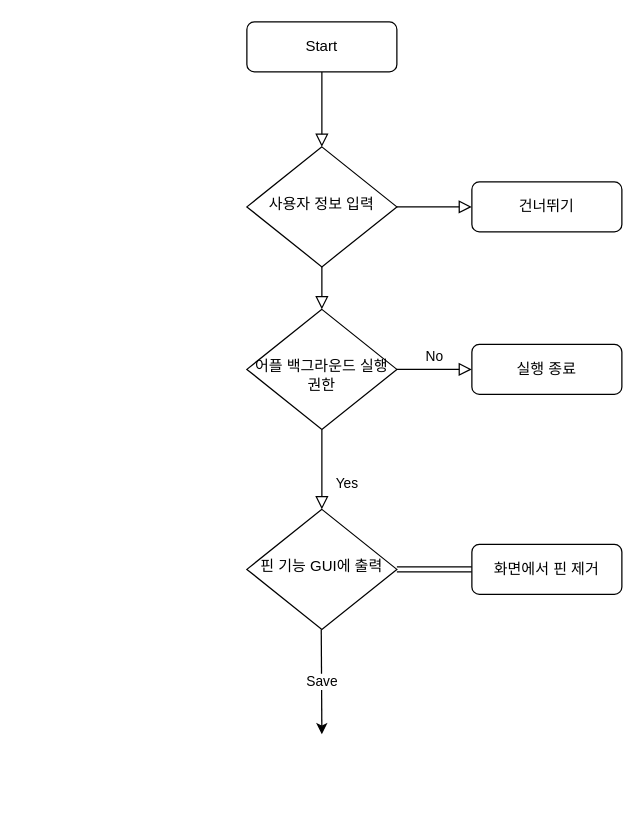
rego7624/Ned_Portfolio_as_a_Data_Scientist keeps this draw.io diagram as User Flow (bookmarking service).drawio. Above is the earlier version. Source tidied: cells renumbered, new cells numbered last; positions are measured from the earlier drawing's top-left corner, leaving out a move shared by most shapes. Both pictures are drawn from the tidied source at 125%, with x=0, y=0 at pixel (246, 21).
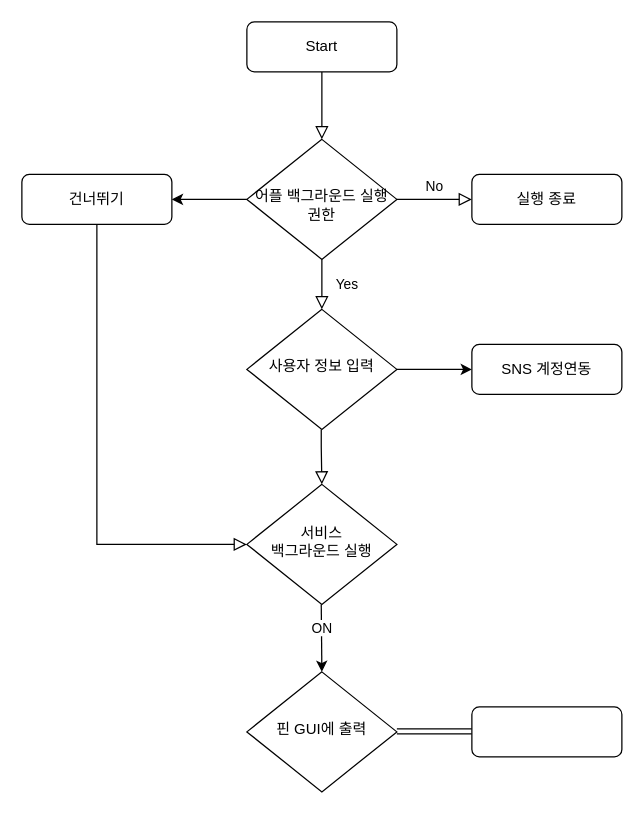
After the change.

Unchanged cells that the change refers to:
```xml
<mxCell id="3" value="Start" style="rounded=1;whiteSpace=wrap;html=1;fontSize=12;glass=0;strokeWidth=1;shadow=0;" parent="1" vertex="1">
  <mxGeometry width="120" height="40" as="geometry" />
</mxCell>
```

Diff of the diagram source:
```diff
@@
-    <mxCell id="2" style="rounded=0;html=1;jettySize=auto;fontSize=11;endArrow=block;endFill=0;endSize=8;strokeWidth=1;shadow=0;labelBackgroundColor=none;edgeStyle=orthogonalEdgeStyle;" parent="1" edge="1" source="3" target="6">
+    <mxCell id="2" style="rounded=0;html=1;jettySize=auto;fontSize=11;endArrow=block;endFill=0;endSize=8;strokeWidth=1;shadow=0;labelBackgroundColor=none;edgeStyle=orthogonalEdgeStyle;entryX=0.5;entryY=0;entryDx=0;entryDy=0;" parent="1" edge="1" source="3" target="10">
       <mxGeometry relative="1" as="geometry" />
     </mxCell>
@@
-    <mxCell id="4" style="rounded=0;html=1;jettySize=auto;fontSize=11;endArrow=block;endFill=0;endSize=8;strokeWidth=1;shadow=0;labelBackgroundColor=none;edgeStyle=orthogonalEdgeStyle;" parent="1" edge="1" source="6" target="10">
-      <mxGeometry y="20" relative="1" as="geometry" />
-    </mxCell>
-    <mxCell id="5" style="edgeStyle=orthogonalEdgeStyle;rounded=0;html=1;jettySize=auto;fontSize=11;endArrow=block;endFill=0;endSize=8;strokeWidth=1;shadow=0;labelBackgroundColor=none;" parent="1" edge="1" source="6" target="7">
-      <mxGeometry y="10" relative="1" as="geometry" />
-    </mxCell>
+    <mxCell id="17" style="edgeStyle=orthogonalEdgeStyle;rounded=0;jettySize=auto;html=1;" parent="1" edge="1" source="6" target="21">
+      <mxGeometry relative="1" as="geometry" />
+    </mxCell>
     <mxCell id="6" value="사용자 정보 입력" style="rhombus;whiteSpace=wrap;html=1;shadow=0;fontFamily=Helvetica;fontSize=12;align=center;strokeWidth=1;spacing=6;spacingTop=-4;" parent="1" vertex="1">
-      <mxGeometry y="100" width="120" height="96" as="geometry" />
+      <mxGeometry y="230" width="120" height="96" as="geometry" />
     </mxCell>
     <mxCell id="7" value="건너뛰기" style="rounded=1;whiteSpace=wrap;html=1;fontSize=12;glass=0;strokeWidth=1;shadow=0;" parent="1" vertex="1">
-      <mxGeometry x="180" y="128" width="120" height="40" as="geometry" />
+      <mxGeometry x="-180" y="122" width="120" height="40" as="geometry" />
     </mxCell>
-    <mxCell id="8" value="Yes" style="rounded=0;html=1;jettySize=auto;fontSize=11;endArrow=block;endFill=0;endSize=8;strokeWidth=1;shadow=0;labelBackgroundColor=none;edgeStyle=orthogonalEdgeStyle;" parent="1" edge="1" source="10">
-      <mxGeometry x="0.33" y="20" relative="1" as="geometry">
-        <mxPoint x="60" y="390" as="targetPoint" />
+    <mxCell id="8" value="Yes" style="rounded=0;html=1;jettySize=auto;orthogonalLoop=1;fontSize=11;endArrow=block;endFill=0;endSize=8;strokeWidth=1;shadow=0;labelBackgroundColor=none;edgeStyle=orthogonalEdgeStyle;" parent="1" edge="1">
+      <mxGeometry x="-1" y="118" relative="1" as="geometry">
+        <mxPoint x="59.5" y="326" as="sourcePoint" />
+        <mxPoint x="60" y="370" as="targetPoint" />
+        <Array as="points">
+          <mxPoint x="60" y="340" />
+          <mxPoint x="60" y="340" />
+        </Array>
+        <mxPoint x="-98" y="-116" as="offset" />
       </mxGeometry>
     </mxCell>
-    <mxCell id="9" value="No" style="edgeStyle=orthogonalEdgeStyle;rounded=0;html=1;jettySize=auto;fontSize=11;endArrow=block;endFill=0;endSize=8;strokeWidth=1;shadow=0;labelBackgroundColor=none;" parent="1" edge="1" source="10" target="11">
-      <mxGeometry y="10" relative="1" as="geometry" />
-    </mxCell>
-    <mxCell id="10" value="&lt;br&gt;어플 백그라운드 실행 권한" style="rhombus;whiteSpace=wrap;html=1;shadow=0;fontFamily=Helvetica;fontSize=12;align=center;strokeWidth=1;spacing=6;spacingTop=-4;" parent="1" vertex="1">
-      <mxGeometry y="230" width="120" height="96" as="geometry" />
-    </mxCell>
-    <mxCell id="11" value="실행 종료" style="rounded=1;whiteSpace=wrap;html=1;fontSize=12;glass=0;strokeWidth=1;shadow=0;" parent="1" vertex="1">
-      <mxGeometry x="180" y="258" width="120" height="40" as="geometry" />
-    </mxCell>
-    <mxCell id="12" value="핀 기능 GUI에 출력" style="rhombus;whiteSpace=wrap;html=1;shadow=0;fontFamily=Helvetica;fontSize=12;align=center;strokeWidth=1;spacing=6;spacingTop=-4;" parent="1" vertex="1">
-      <mxGeometry y="390" width="120" height="96" as="geometry" />
+    <mxCell id="12" value="서비스&lt;br&gt;백그라운드 실행" style="rhombus;whiteSpace=wrap;html=1;shadow=0;fontFamily=Helvetica;fontSize=12;align=center;strokeWidth=1;spacing=6;spacingTop=-4;" parent="1" vertex="1">
+      <mxGeometry y="370" width="120" height="96" as="geometry" />
     </mxCell>
     <mxCell id="13" style="shape=link;html=1;" parent="1" edge="1">
       <mxGeometry relative="1" as="geometry">
-        <mxPoint x="120" y="438" as="sourcePoint" />
-        <mxPoint x="180" y="438" as="targetPoint" />
+        <mxPoint x="120" y="567.5" as="sourcePoint" />
+        <mxPoint x="180" y="567.5" as="targetPoint" />
       </mxGeometry>
     </mxCell>
-    <mxCell id="14" value="화면에서 핀 제거" style="rounded=1;whiteSpace=wrap;html=1;fontSize=12;glass=0;strokeWidth=1;shadow=0;" parent="1" vertex="1">
-      <mxGeometry x="180" y="418" width="120" height="40" as="geometry" />
+    <mxCell id="14" style="rounded=1;whiteSpace=wrap;html=1;fontSize=12;glass=0;strokeWidth=1;shadow=0;" parent="1" vertex="1">
+      <mxGeometry x="180" y="548" width="120" height="40" as="geometry" />
     </mxCell>
     <mxCell id="15" style="endArrow=classic;html=1;" parent="1" edge="1">
       <mxGeometry relative="1" as="geometry">
-        <mxPoint x="59.5" y="486" as="sourcePoint" />
-        <mxPoint x="60" y="570" as="targetPoint" />
+        <mxPoint x="59.5" y="466" as="sourcePoint" />
+        <mxPoint x="60" y="520" as="targetPoint" />
       </mxGeometry>
     </mxCell>
-    <mxCell id="16" value="Save" style="edgeLabel;html=1;align=center;verticalAlign=middle;" parent="15" vertex="1">
-      <mxGeometry relative="1" as="geometry" />
+    <mxCell id="16" value="ON" style="edgeLabel;html=1;align=center;verticalAlign=middle;" parent="15" vertex="1">
+      <mxGeometry relative="1" as="geometry">
+        <mxPoint x="0.2" y="-8" as="offset" />
+      </mxGeometry>
     </mxCell>
+    <mxCell id="18" style="rounded=0;html=1;jettySize=auto;fontSize=11;endArrow=block;endFill=0;endSize=8;strokeWidth=1;shadow=0;labelBackgroundColor=none;edgeStyle=orthogonalEdgeStyle;entryX=0;entryY=0.5;entryDx=0;entryDy=0;exitX=0.5;exitY=1;exitDx=0;exitDy=0;" parent="1" edge="1" source="7" target="12">
+      <mxGeometry y="20" relative="1" as="geometry">
+        <Array as="points">
+          <mxPoint x="-120" y="418" />
+        </Array>
+      </mxGeometry>
+    </mxCell>
+    <mxCell id="9" value="No" style="edgeStyle=orthogonalEdgeStyle;rounded=0;html=1;jettySize=auto;fontSize=11;endArrow=block;endFill=0;endSize=8;strokeWidth=1;shadow=0;labelBackgroundColor=none;" parent="1" edge="1" source="10" target="11">
+      <mxGeometry y="10" relative="1" as="geometry" />
+    </mxCell>
+    <mxCell id="19" style="edgeStyle=orthogonalEdgeStyle;rounded=0;jettySize=auto;html=1;" parent="1" edge="1" source="10" target="7">
+      <mxGeometry relative="1" as="geometry" />
+    </mxCell>
+    <mxCell id="10" value="&lt;br&gt;어플 백그라운드 실행 권한" style="rhombus;whiteSpace=wrap;html=1;shadow=0;fontFamily=Helvetica;fontSize=12;align=center;strokeWidth=1;spacing=6;spacingTop=-4;" parent="1" vertex="1">
+      <mxGeometry y="94" width="120" height="96" as="geometry" />
+    </mxCell>
+    <mxCell id="11" value="실행 종료" style="rounded=1;whiteSpace=wrap;html=1;fontSize=12;glass=0;strokeWidth=1;shadow=0;" parent="1" vertex="1">
+      <mxGeometry x="180" y="122" width="120" height="40" as="geometry" />
+    </mxCell>
+    <mxCell id="20" style="rounded=0;html=1;jettySize=auto;orthogonalLoop=1;fontSize=11;endArrow=block;endFill=0;endSize=8;strokeWidth=1;shadow=0;labelBackgroundColor=none;edgeStyle=orthogonalEdgeStyle;" parent="1" edge="1">
+      <mxGeometry y="20" relative="1" as="geometry">
+        <mxPoint x="60" y="220" as="sourcePoint" />
+        <mxPoint x="60" y="230" as="targetPoint" />
+        <Array as="points">
+          <mxPoint x="60" y="190" />
+          <mxPoint x="60" y="190" />
+        </Array>
+      </mxGeometry>
+    </mxCell>
+    <mxCell id="21" value="SNS 계정연동" style="rounded=1;whiteSpace=wrap;html=1;fontSize=12;glass=0;strokeWidth=1;shadow=0;" parent="1" vertex="1">
+      <mxGeometry x="180" y="258" width="120" height="40" as="geometry" />
+    </mxCell>
+    <mxCell id="22" value="핀 GUI에 출력" style="rhombus;whiteSpace=wrap;html=1;shadow=0;fontFamily=Helvetica;fontSize=12;align=center;strokeWidth=1;spacing=6;spacingTop=-4;" parent="1" vertex="1">
+      <mxGeometry y="520" width="120" height="96" as="geometry" />
+    </mxCell>
```
